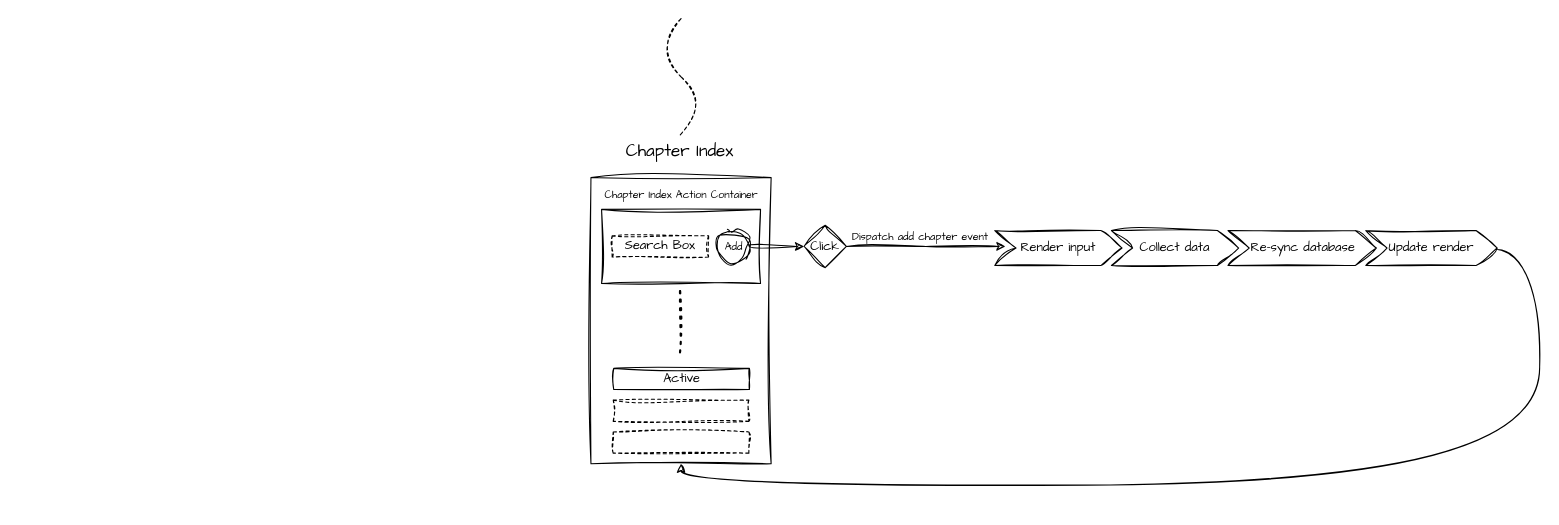
This is page "Chapter Index" (2 of 3) of docs/design/components/Book.drawio from Rishabh-Dhami/gita, a draw.io file, before an edit. Source tidied: cells renumbered, new cells numbered last; positions are measured from the earlier drawing's top-left corner, leaving out a move shared by most shapes. Both pictures are drawn from the tidied source at 106%, with x=0, y=0 at pixel (590, 18).
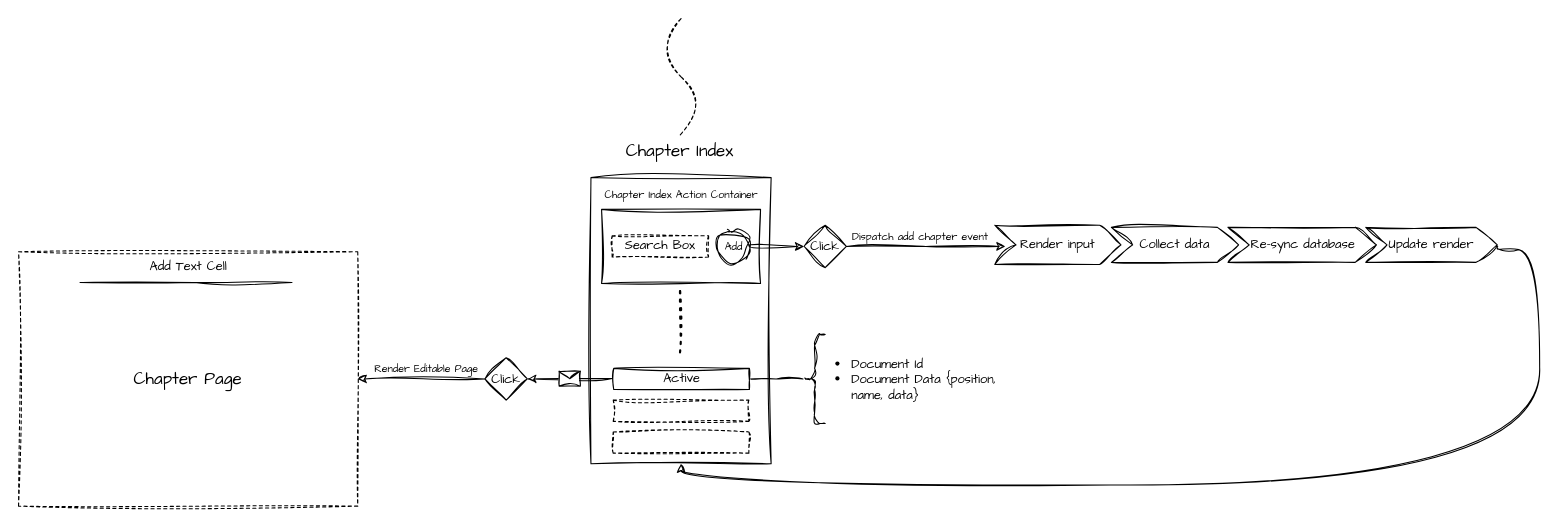
Above is the later version.

Unchanged cells that the change refers to:
```xml
<mxCell id="4" value="Active" style="rounded=0;whiteSpace=wrap;html=1;fontFamily=Architects Daughter;sketch=1;curveFitting=1;jiggle=2;" parent="1" vertex="1">
  <mxGeometry x="21.5" y="330" width="128" height="20" as="geometry" />
</mxCell>
```

The edit, as a diff of the source:
```diff
@@
+    <mxCell id="22" style="edgeStyle=orthogonalEdgeStyle;rounded=0;sketch=1;hachureGap=4;jiggle=2;curveFitting=1;jettySize=auto;html=1;exitX=1;exitY=0.5;exitDx=0;exitDy=0;fontFamily=Architects Daughter;fontSize=16;endArrow=none;endFill=0;" parent="1" edge="1" source="4">
+      <mxGeometry relative="1" as="geometry">
+        <mxPoint x="200" y="340" as="targetPoint" />
+      </mxGeometry>
+    </mxCell>
@@
     <mxCell id="17" value="Re-sync database" style="shape=step;perimeter=stepPerimeter;fixedSize=1;whiteSpace=wrap;html=1;rounded=0;sketch=1;jiggle=2;curveFitting=1;strokeColor=default;fontFamily=Architects Daughter;fontSize=12;fontColor=default;fillColor=none;align=center;spacingLeft=2;" parent="1" vertex="1">
-      <mxGeometry x="601" y="200" width="140" height="33" as="geometry" />
+      <mxGeometry x="601" y="197" width="140" height="33" as="geometry" />
     </mxCell>
     <mxCell id="18" value="Collect data" style="shape=step;perimeter=stepPerimeter;fixedSize=1;whiteSpace=wrap;html=1;rounded=0;sketch=1;jiggle=2;curveFitting=1;strokeColor=default;fontFamily=Architects Daughter;fontSize=12;fontColor=default;fillColor=none;" parent="1" vertex="1">
-      <mxGeometry x="491" y="200" width="120" height="33" as="geometry" />
+      <mxGeometry x="491" y="197" width="120" height="33" as="geometry" />
     </mxCell>
     <mxCell id="19" value="Render input" style="shape=step;perimeter=stepPerimeter;fixedSize=1;whiteSpace=wrap;html=1;rounded=0;sketch=1;jiggle=2;curveFitting=1;strokeColor=default;fontFamily=Architects Daughter;fontSize=12;fontColor=default;fillColor=none;" parent="1" vertex="1">
-      <mxGeometry x="381" y="200" width="120" height="33" as="geometry" />
+      <mxGeometry x="381" y="195" width="119" height="37" as="geometry" />
     </mxCell>
@@
     <mxCell id="21" value="Update render" style="shape=step;perimeter=stepPerimeter;fixedSize=1;points=[];whiteSpace=wrap;html=1;rounded=0;sketch=1;jiggle=2;curveFitting=1;strokeColor=default;fontFamily=Architects Daughter;fontSize=12;fontColor=default;fillColor=none;" parent="1" vertex="1">
-      <mxGeometry x="731" y="200" width="124" height="33" as="geometry" />
+      <mxGeometry x="731" y="197" width="124" height="33" as="geometry" />
     </mxCell>
+    <mxCell id="23" style="edgeStyle=orthogonalEdgeStyle;sketch=1;hachureGap=4;jiggle=2;curveFitting=1;jettySize=auto;html=1;exitX=0;exitY=0.5;exitDx=0;exitDy=0;fontFamily=Architects Daughter;fontSize=16;curved=1;" parent="1" edge="1" source="24">
+      <mxGeometry relative="1" as="geometry">
+        <mxPoint x="-220" y="340" as="targetPoint" />
+      </mxGeometry>
+    </mxCell>
+    <mxCell id="24" value="&lt;font face=&quot;Architects Daughter&quot;&gt;Click&lt;/font&gt;" style="rhombus;whiteSpace=wrap;html=1;rounded=0;sketch=1;jiggle=2;curveFitting=1;strokeColor=default;fontFamily=Helvetica;fontSize=12;fontColor=default;fillColor=none;" parent="1" vertex="1">
+      <mxGeometry x="-100" y="320" width="40" height="40" as="geometry" />
+    </mxCell>
+    <mxCell id="25" style="endArrow=classic;html=1;rounded=0;sketch=1;hachureGap=4;jiggle=2;curveFitting=1;fontFamily=Architects Daughter;fontSize=16;" parent="1" edge="1">
+      <mxGeometry relative="1" as="geometry">
+        <mxPoint x="20" y="339.5" as="sourcePoint" />
+        <mxPoint x="-60" y="340" as="targetPoint" />
+      </mxGeometry>
+    </mxCell>
+    <mxCell id="26" style="shape=message;html=1;sketch=1;hachureGap=4;jiggle=2;curveFitting=1;fontFamily=Architects Daughter;fontSize=20;" parent="25" vertex="1">
+      <mxGeometry width="20" height="14" relative="1" as="geometry">
+        <mxPoint x="-10" y="-7" as="offset" />
+      </mxGeometry>
+    </mxCell>
+    <mxCell id="27" style="shape=curlyBracket;whiteSpace=wrap;html=1;rounded=1;labelPosition=left;verticalLabelPosition=middle;align=right;verticalAlign=middle;sketch=1;hachureGap=4;jiggle=2;curveFitting=1;fontFamily=Architects Daughter;fontSize=20;size=0.5;" parent="1" vertex="1">
+      <mxGeometry x="201" y="298" width="20" height="84" as="geometry" />
+    </mxCell>
+    <mxCell id="28" value="&lt;ul style=&quot;font-size: 12px;&quot;&gt;&lt;li&gt;Document Id&lt;/li&gt;&lt;li&gt;Document Data {position, name, data}&lt;/li&gt;&lt;/ul&gt;" style="text;strokeColor=none;fillColor=none;html=1;whiteSpace=wrap;verticalAlign=middle;overflow=hidden;fontSize=20;fontFamily=Architects Daughter;spacing=0;spacingLeft=-12;" parent="1" vertex="1">
+      <mxGeometry x="218" y="307.8" width="182" height="62.5" as="geometry" />
+    </mxCell>
+    <mxCell id="29" value="Render Editable Page" style="text;html=1;strokeColor=none;fillColor=none;align=center;verticalAlign=middle;whiteSpace=wrap;rounded=0;fontFamily=Architects Daughter;fontSize=10;sketch=1;curveFitting=1;jiggle=2;" parent="1" vertex="1">
+      <mxGeometry x="-210" y="320" width="110" height="20" as="geometry" />
+    </mxCell>
+    <mxCell id="30" value="Chapter Page" style="rounded=0;whiteSpace=wrap;html=1;fillColor=none;dashed=1;fontSize=16;fontFamily=Architects Daughter;sketch=1;curveFitting=1;jiggle=2;" parent="1" vertex="1">
+      <mxGeometry x="-540" y="220" width="320" height="240" as="geometry" />
+    </mxCell>
+    <mxCell id="31" value="Add Text Cell" style="text;html=1;strokeColor=none;fillColor=none;align=center;verticalAlign=middle;whiteSpace=wrap;rounded=0;sketch=1;curveFitting=1;jiggle=2;fontFamily=Architects Daughter;" parent="1" vertex="1">
+      <mxGeometry x="-428.2" y="225" width="96.5" height="20" as="geometry" />
+    </mxCell>
+    <mxCell id="32" style="endArrow=none;html=1;rounded=0;sketch=1;curveFitting=1;jiggle=2;fontFamily=Architects Daughter;" parent="1" edge="1">
+      <mxGeometry relative="1" as="geometry">
+        <mxPoint x="-482" y="249" as="sourcePoint" />
+        <mxPoint x="-282" y="249" as="targetPoint" />
+        <Array as="points">
+          <mxPoint x="-374" y="249" />
+        </Array>
+      </mxGeometry>
+    </mxCell>
```
